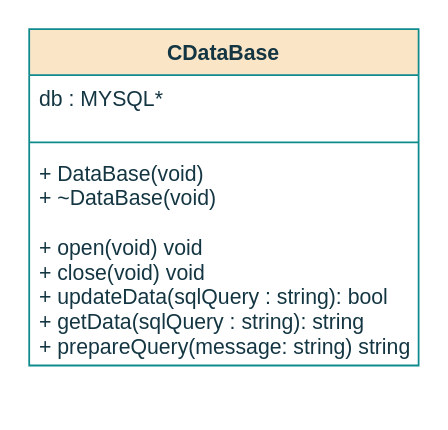
Before: page "CDatabase" (3 of 3) of documentation/flowcharts/RS/Classes.drawio in ESRGgroup9/slipad, a draw.io diagram. Source tidied: cells renumbered, new cells numbered last; positions are measured from the earlier drawing's top-left corner, leaving out a move shared by most shapes. Both pictures are drawn from the tidied source at 177%, with x=0, y=0 at pixel (28, 28).
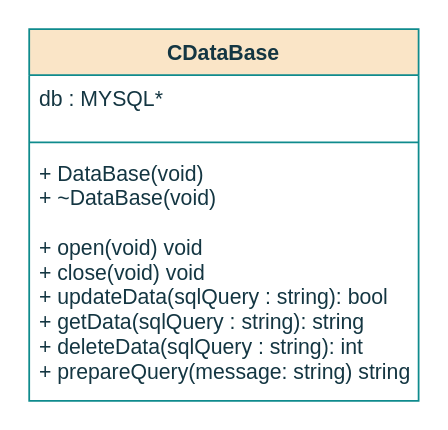
After the change.

What changed in the source:
```diff
@@
 <mxGraphModel>
   <root>
     <mxCell id="0" />
     <mxCell id="1" parent="0" />
     <mxCell id="2" value="CDataBase" style="swimlane;fontStyle=1;align=center;verticalAlign=top;horizontal=1;startSize=26;fillColor=#FAE5C7;strokeColor=#0F8B8D;fontColor=#143642;" parent="1" vertex="1">
-      <mxGeometry width="220" height="190" as="geometry" />
+      <mxGeometry width="220" height="210" as="geometry" />
     </mxCell>
     <mxCell id="3" value="db : MYSQL*" style="text;strokeColor=none;fillColor=none;align=left;verticalAlign=top;spacingLeft=4;spacingRight=4;overflow=hidden;fontColor=#143642;" parent="2" vertex="1">
       <mxGeometry y="26" width="220" height="34" as="geometry" />
     </mxCell>
     <mxCell id="4" style="line;strokeWidth=1;fillColor=none;align=left;verticalAlign=middle;spacingTop=-1;spacingLeft=3;spacingRight=3;labelPosition=right;labelBackgroundColor=#DAD2D8;strokeColor=#0F8B8D;fontColor=#143642;" parent="2" vertex="1">
       <mxGeometry y="60" width="220" height="8" as="geometry" />
     </mxCell>
-    <mxCell id="5" value="+ DataBase(void)&#10;+ ~DataBase(void)&#10;&#10;+ open(void) void&#10;+ close(void) void&#10;+ updateData(sqlQuery : string): bool&#10;+ getData(sqlQuery : string): string&#10;+ prepareQuery(message: string) string" style="text;strokeColor=none;fillColor=none;align=left;verticalAlign=top;spacingLeft=4;spacingRight=4;overflow=hidden;fontColor=#143642;" parent="2" vertex="1">
-      <mxGeometry y="68" width="220" height="122" as="geometry" />
-    </mxCell>
+    <mxCell id="6" value="+ DataBase(void)&#10;+ ~DataBase(void)&#10;&#10;+ open(void) void&#10;+ close(void) void&#10;+ updateData(sqlQuery : string): bool&#10;+ getData(sqlQuery : string): string&#10;+ deleteData(sqlQuery : string): int&#10;+ prepareQuery(message: string) string" style="text;strokeColor=none;fillColor=none;align=left;verticalAlign=top;spacingLeft=4;spacingRight=4;overflow=hidden;fontColor=#143642;" parent="2" vertex="1">
+      <mxGeometry y="68" width="220" height="142" as="geometry" />
+    </mxCell>
   </root>
 </mxGraphModel>
```
